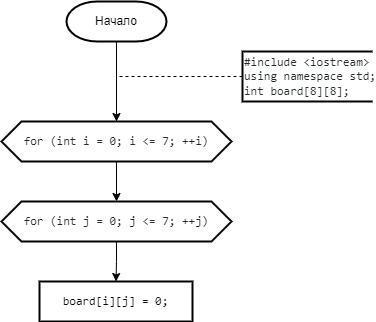
Before: 2 Семестр/Labs/1 Лаба(8 ферзей)/8 ферзей.png, a diagram exported from draw.io (IlyaFedoseev227/LABS-PNRPU-IVT-22-1b). Source tidied: cells renumbered, new cells last; positions are measured from the earlier drawing's top-left corner, leaving out a move shared by most shapes.
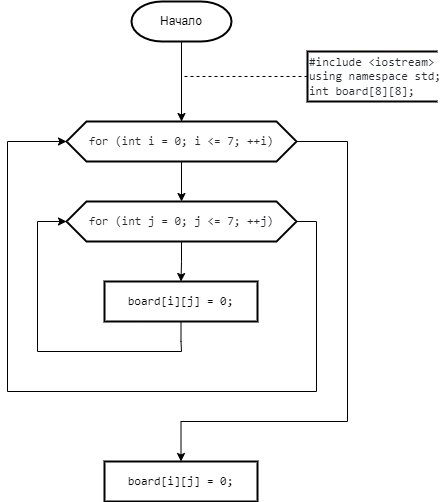
The same diagram one commit later.

Change to the diagram source:
```diff
@@ -17,17 +17,49 @@
     <mxCell id="6" style="edgeStyle=orthogonalEdgeStyle;rounded=0;jettySize=auto;html=1;exitX=0.5;exitY=1;exitDx=0;exitDy=0;" parent="1" edge="1" source="7" target="9">
       <mxGeometry relative="1" as="geometry" />
     </mxCell>
+    <mxCell id="11" style="edgeStyle=orthogonalEdgeStyle;rounded=0;jettySize=auto;html=1;exitX=1;exitY=0.5;exitDx=0;exitDy=0;entryX=0.5;entryY=0;entryDx=0;entryDy=0;" parent="1" edge="1" source="7" target="14">
+      <mxGeometry relative="1" as="geometry">
+        <Array as="points">
+          <mxPoint x="281" y="140" />
+          <mxPoint x="281" y="420" />
+          <mxPoint x="115" y="420" />
+        </Array>
+      </mxGeometry>
+    </mxCell>
     <mxCell id="7" value="&lt;div style=&quot;text-align: start;&quot;&gt;&lt;font face=&quot;ui-monospace, SFMono-Regular, SF Mono, Menlo, Consolas, Liberation Mono, monospace&quot; color=&quot;#24292f&quot;&gt;for (int i = 0; i &amp;lt;= 7; ++i)&lt;/font&gt;&lt;br&gt;&lt;/div&gt;" style="shape=hexagon;perimeter=hexagonPerimeter2;whiteSpace=wrap;html=1;fixedSize=1;strokeWidth=2;" parent="1" vertex="1">
       <mxGeometry y="120" width="230" height="40" as="geometry" />
     </mxCell>
     <mxCell id="8" style="edgeStyle=orthogonalEdgeStyle;rounded=0;jettySize=auto;html=1;exitX=0.5;exitY=1;exitDx=0;exitDy=0;entryX=0.5;entryY=0;entryDx=0;entryDy=0;" parent="1" edge="1" source="9" target="10">
       <mxGeometry relative="1" as="geometry" />
     </mxCell>
+    <mxCell id="12" style="edgeStyle=orthogonalEdgeStyle;rounded=0;jettySize=auto;html=1;exitX=1;exitY=0.5;exitDx=0;exitDy=0;entryX=0;entryY=0.5;entryDx=0;entryDy=0;" parent="1" edge="1" source="9" target="7">
+      <mxGeometry relative="1" as="geometry">
+        <Array as="points">
+          <mxPoint x="250" y="220" />
+          <mxPoint x="250" y="390" />
+          <mxPoint x="-59" y="390" />
+          <mxPoint x="-59" y="140" />
+        </Array>
+      </mxGeometry>
+    </mxCell>
     <mxCell id="9" value="&lt;div style=&quot;text-align: start;&quot;&gt;&lt;font face=&quot;ui-monospace, SFMono-Regular, SF Mono, Menlo, Consolas, Liberation Mono, monospace&quot; color=&quot;#24292f&quot;&gt;for (int j = 0; j &amp;lt;= 7; ++j)&lt;/font&gt;&lt;br&gt;&lt;/div&gt;" style="shape=hexagon;perimeter=hexagonPerimeter2;whiteSpace=wrap;html=1;fixedSize=1;strokeWidth=2;" parent="1" vertex="1">
       <mxGeometry y="200" width="230" height="40" as="geometry" />
     </mxCell>
+    <mxCell id="13" style="edgeStyle=orthogonalEdgeStyle;rounded=0;jettySize=auto;html=1;exitX=0.5;exitY=1;exitDx=0;exitDy=0;entryX=0;entryY=0.5;entryDx=0;entryDy=0;" parent="1" edge="1" source="10" target="9">
+      <mxGeometry relative="1" as="geometry">
+        <Array as="points">
+          <mxPoint x="115" y="340" />
+          <mxPoint x="115" y="350" />
+          <mxPoint x="-29" y="350" />
+          <mxPoint x="-29" y="220" />
+        </Array>
+      </mxGeometry>
+    </mxCell>
     <mxCell id="10" value="&lt;div style=&quot;text-align: start;&quot;&gt;&lt;font face=&quot;ui-monospace, SFMono-Regular, SF Mono, Menlo, Consolas, Liberation Mono, monospace&quot;&gt;board[i][j] = 0;&lt;/font&gt;&lt;br&gt;&lt;/div&gt;" style="shape=parallelogram;perimeter=parallelogramPerimeter;whiteSpace=wrap;html=1;fixedSize=1;strokeWidth=2;size=-6;" parent="1" vertex="1">
       <mxGeometry x="38" y="280" width="153" height="40" as="geometry" />
     </mxCell>
+    <mxCell id="14" value="&lt;div style=&quot;text-align: start;&quot;&gt;&lt;font face=&quot;ui-monospace, SFMono-Regular, SF Mono, Menlo, Consolas, Liberation Mono, monospace&quot;&gt;board[i][j] = 0;&lt;/font&gt;&lt;br&gt;&lt;/div&gt;" style="shape=parallelogram;perimeter=parallelogramPerimeter;whiteSpace=wrap;html=1;fixedSize=1;strokeWidth=2;size=-6;" parent="1" vertex="1">
+      <mxGeometry x="38" y="460" width="153" height="40" as="geometry" />
+    </mxCell>
   </root>
 </mxGraphModel>
```
